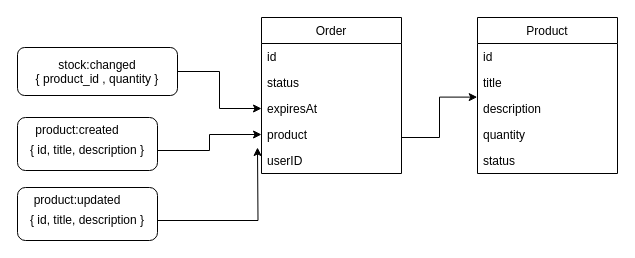
sikozonpc/e-commerce keeps this draw.io diagram as docs/services/order.drawio. Above is the earlier version. Source tidied: cells renumbered, new cells numbered last; positions are measured from the earlier drawing's top-left corner, leaving out a move shared by most shapes. Both pictures are drawn from the tidied source at 100%, with x=0, y=0 at pixel (17, 17).
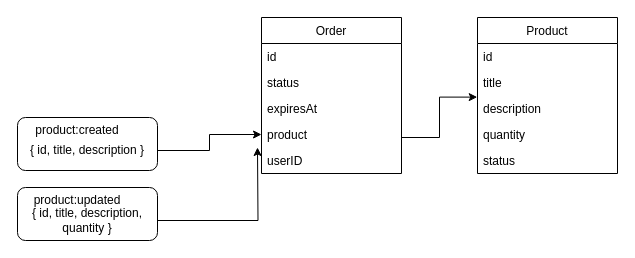
The same page after the edit.

The change refers to these unchanged cells:
```xml
<mxCell id="10" value="expiresAt" style="text;strokeColor=none;fillColor=none;align=left;verticalAlign=top;spacingLeft=4;spacingRight=4;overflow=hidden;points=[[0,0.5],[1,0.5]];portConstraint=eastwest;" parent="7" vertex="1">
  <mxGeometry y="78" width="140" height="26" as="geometry" />
</mxCell>
```

Change to the diagram source:
```diff
@@
-    <mxCell id="2" style="edgeStyle=orthogonalEdgeStyle;rounded=0;jettySize=auto;html=1;entryX=0;entryY=0.5;entryDx=0;entryDy=0;" parent="1" edge="1" source="3" target="10">
-      <mxGeometry relative="1" as="geometry" />
-    </mxCell>
-    <mxCell id="3" style="rounded=1;whiteSpace=wrap;html=1;" parent="1" vertex="1">
-      <mxGeometry y="30" width="160" height="48" as="geometry" />
-    </mxCell>
-    <mxCell id="4" value="stock:changed" style="text;html=1;strokeColor=none;fillColor=none;align=center;verticalAlign=middle;whiteSpace=wrap;rounded=0;" parent="1" vertex="1">
-      <mxGeometry x="60" y="38" width="40" height="20" as="geometry" />
-    </mxCell>
-    <mxCell id="5" value="{ product_id , quantity }&lt;br&gt;&amp;nbsp;" style="text;html=1;strokeColor=none;fillColor=none;align=center;verticalAlign=middle;whiteSpace=wrap;rounded=0;" parent="1" vertex="1">
-      <mxGeometry x="10" y="45" width="140" height="48" as="geometry" />
-    </mxCell>
@@
-    <mxCell id="26" value="{ id, title, description }" style="text;html=1;strokeColor=none;fillColor=none;align=center;verticalAlign=middle;whiteSpace=wrap;rounded=0;" parent="1" vertex="1">
+    <mxCell id="26" value="{ id, title, description, quantity }" style="text;html=1;strokeColor=none;fillColor=none;align=center;verticalAlign=middle;whiteSpace=wrap;rounded=0;" parent="1" vertex="1">
       <mxGeometry y="193" width="140" height="20" as="geometry" />
     </mxCell>
```
